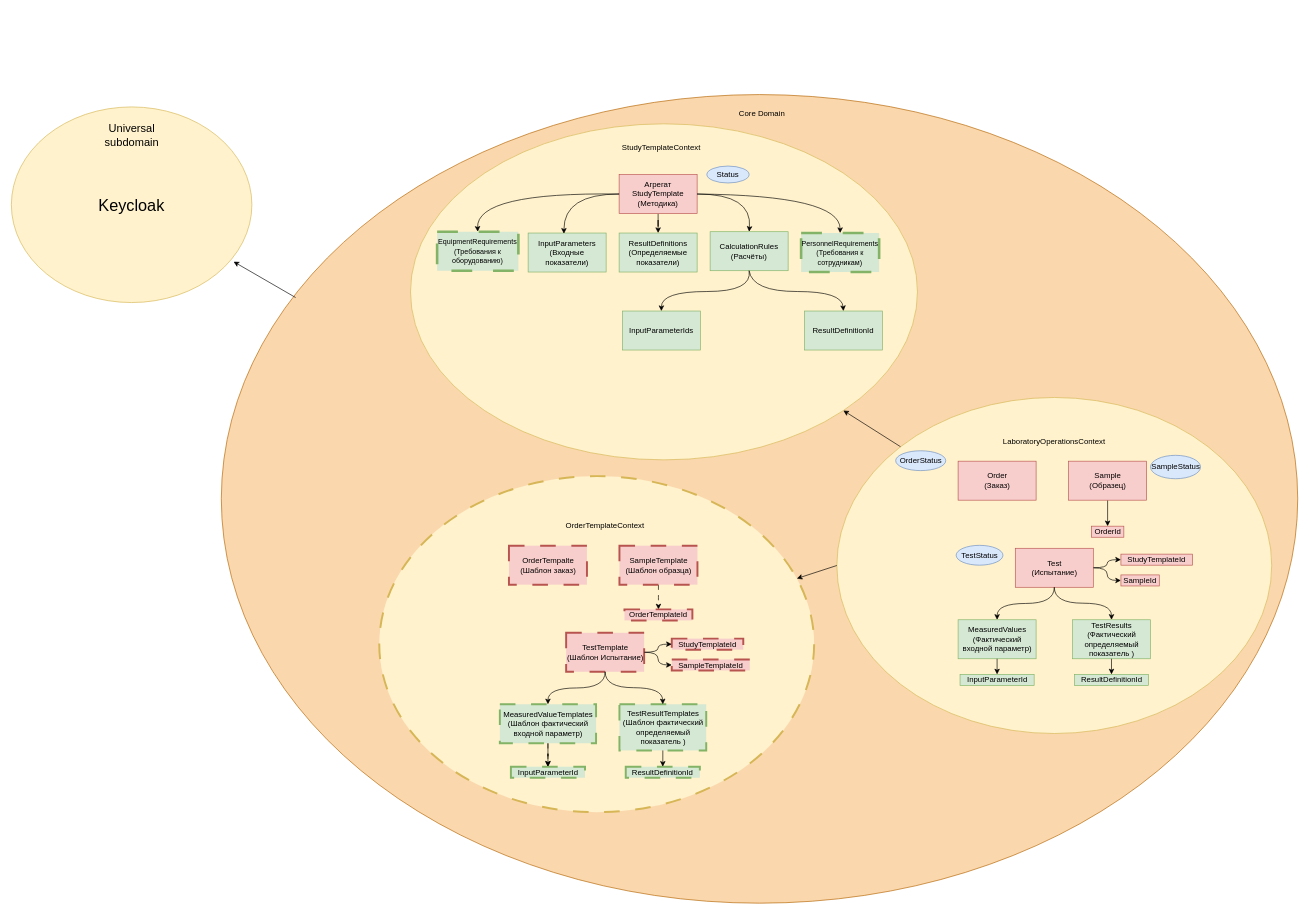
Before: lims.drawio in SaintEfim/LIMS.DDD, a draw.io diagram. Source tidied: cells renumbered, new cells numbered last; positions are measured from the earlier drawing's top-left corner, leaving out a move shared by most shapes. Both pictures are drawn from the tidied source at 65%, with x=0, y=0 at pixel (11, 94).
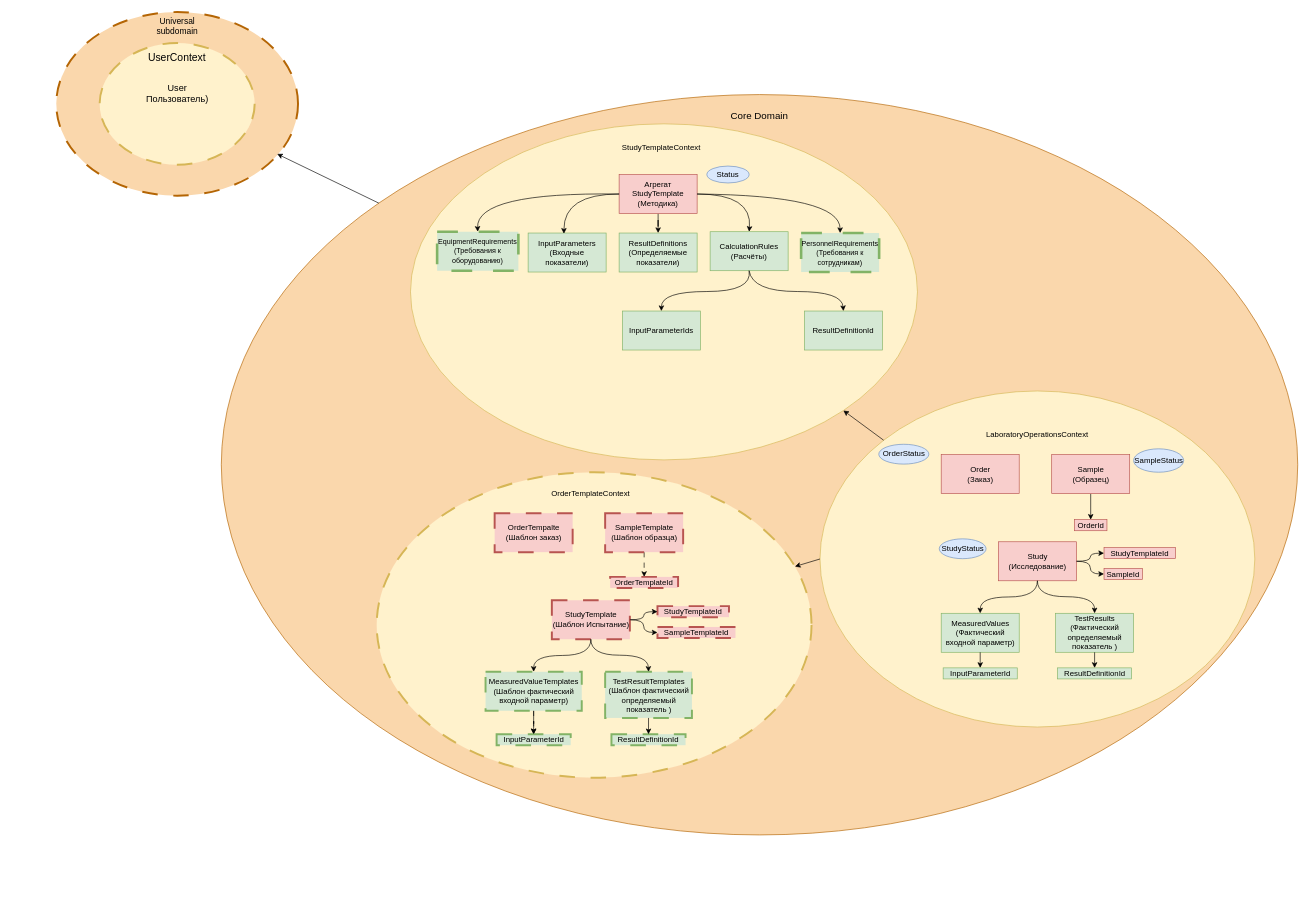
The same diagram, later.

Commit message:
Update print statement from 'Hello' to 'Goodbye'

Unchanged cells that the change refers to:
```xml
<mxCell id="23" style="ellipse;whiteSpace=wrap;html=1;fillColor=#fff2cc;strokeColor=#d6b656;" parent="22" vertex="1">
  <mxGeometry width="669" height="517" as="geometry" />
</mxCell>
```

The edit, as a diff of the source:
```diff
@@
     <mxCell id="2" style="ellipse;whiteSpace=wrap;html=1;shapeInside=1;fillColor=#fad7ac;strokeColor=#b46504;" parent="1" vertex="1">
-      <mxGeometry x="323" width="1656" height="1244" as="geometry" />
+      <mxGeometry x="323" width="1656" height="1139" as="geometry" />
     </mxCell>
@@
     <mxCell id="22" style="group;" parent="1" vertex="1">
-      <mxGeometry x="1270" y="466" width="669" height="517" as="geometry" />
+      <mxGeometry x="1244" y="456" width="669" height="517" as="geometry" />
     </mxCell>
@@
-    <mxCell id="30" value="Test&lt;div&gt;(Испытание)&lt;/div&gt;" style="rounded=0;whiteSpace=wrap;html=1;fillColor=#f8cecc;strokeColor=#b85450;" parent="22" vertex="1">
+    <mxCell id="30" value="Study&lt;br&gt;&lt;div&gt;(Исследование)&lt;/div&gt;" style="rounded=0;whiteSpace=wrap;html=1;fillColor=#f8cecc;strokeColor=#b85450;" parent="22" vertex="1">
       <mxGeometry x="274.5" y="232" width="120" height="60" as="geometry" />
     </mxCell>
@@
-    <mxCell id="40" value="TestStatus" style="ellipse;whiteSpace=wrap;html=1;shapeInside=1;fillColor=#dae8fc;strokeColor=#6c8ebf;" parent="22" vertex="1">
+    <mxCell id="40" value="&lt;span style=&quot;background-color: transparent; color: light-dark(rgb(0, 0, 0), rgb(255, 255, 255));&quot;&gt;StudyStatus&lt;/span&gt;" style="ellipse;whiteSpace=wrap;html=1;shapeInside=1;fillColor=#dae8fc;strokeColor=#6c8ebf;" parent="22" vertex="1">
       <mxGeometry x="183.5" y="227.5" width="72" height="30.5" as="geometry" />
     </mxCell>
@@
+    <mxCell id="72" value="Core Domain" style="text;html=1;whiteSpace=wrap;strokeColor=none;fillColor=none;align=center;verticalAlign=middle;rounded=0;fontSize=15;" parent="1" vertex="1">
+      <mxGeometry x="1086" y="14" width="130" height="36" as="geometry" />
+    </mxCell>
+    <mxCell id="73" style="group;dashed=1;dashPattern=8 8;strokeWidth=3;" parent="1" vertex="1">
+      <mxGeometry x="140" y="-121" width="301" height="276.5" as="geometry" />
+    </mxCell>
+    <mxCell id="68" style="group;dashed=1;dashPattern=8 8;strokeWidth=3;fontSize=7;" parent="73" vertex="1">
+      <mxGeometry y="41.7" width="301" height="234.8" as="geometry" />
+    </mxCell>
+    <mxCell id="74" style="ellipse;whiteSpace=wrap;html=1;shapeInside=1;fillColor=#fad7ac;strokeColor=#b46504;dashed=1;dashPattern=8 8;strokeWidth=3;" parent="68" vertex="1">
+      <mxGeometry x="-70.9" y="-47.6" width="371.9" height="282.4" as="geometry" />
+    </mxCell>
+    <mxCell id="69" style="ellipse;whiteSpace=wrap;html=1;shapeInside=1;fillColor=#fff2cc;strokeColor=#d6b656;dashed=1;dashPattern=8 8;strokeWidth=3;" parent="68" vertex="1">
+      <mxGeometry x="-4.2" width="238.5" height="187.2" as="geometry" />
+    </mxCell>
+    <mxCell id="70" value="&lt;font&gt;User&lt;/font&gt;&lt;div&gt;&lt;font&gt;Пользователь)&lt;/font&gt;&lt;/div&gt;" style="text;html=1;whiteSpace=wrap;strokeColor=none;fillColor=none;align=center;verticalAlign=middle;rounded=0;dashed=1;dashPattern=8 8;strokeWidth=3;fontSize=14;" parent="68" vertex="1">
+      <mxGeometry x="48.7" y="46" width="132.8" height="63.4" as="geometry" />
+    </mxCell>
+    <mxCell id="75" value="UserContext" style="text;html=1;whiteSpace=wrap;strokeColor=none;fillColor=none;align=center;verticalAlign=middle;rounded=0;fontSize=16;dashed=1;dashPattern=8 8;strokeWidth=3;" parent="68" vertex="1">
+      <mxGeometry x="78.3" y="4.4" width="73.5" height="34.8" as="geometry" />
+    </mxCell>
+    <mxCell id="71" value="&lt;font&gt;Universal subdomain&lt;/font&gt;" style="text;html=1;whiteSpace=wrap;strokeColor=none;fillColor=none;align=center;verticalAlign=middle;rounded=0;dashed=1;dashPattern=8 8;strokeWidth=3;fontSize=13;" parent="73" vertex="1">
+      <mxGeometry x="65.7" width="98.6" height="31.7" as="geometry" />
+    </mxCell>
+    <mxCell id="76" style="endArrow=classic;html=1;rounded=0;entryX=0.914;entryY=0.773;entryDx=0;entryDy=0;entryPerimeter=0;exitX=0;exitY=0;exitDx=0;exitDy=0;" parent="1" edge="1" source="2" target="74">
+      <mxGeometry relative="1" as="geometry" />
+    </mxCell>
+    <mxCell id="77" style="group;" parent="1" vertex="1">
+      <mxGeometry x="562" y="581" width="669" height="470" as="geometry" />
+    </mxCell>
-    <mxCell id="46" style="ellipse;whiteSpace=wrap;html=1;fillColor=#fff2cc;strokeColor=#d6b656;dashed=1;dashPattern=8 8;strokeWidth=3;" parent="1" vertex="1">
-      <mxGeometry x="566" y="587" width="669" height="517" as="geometry" />
+    <mxCell id="46" style="ellipse;whiteSpace=wrap;html=1;fillColor=#fff2cc;strokeColor=#d6b656;dashed=1;dashPattern=8 8;strokeWidth=3;" parent="77" vertex="1">
+      <mxGeometry width="669" height="470" as="geometry" />
     </mxCell>
-    <mxCell id="47" value="OrderTemplateContext" style="text;html=1;whiteSpace=wrap;strokeColor=none;fillColor=none;align=center;verticalAlign=middle;rounded=0;dashed=1;dashPattern=8 8;strokeWidth=3;" parent="1" vertex="1">
-      <mxGeometry x="819" y="646" width="189" height="36" as="geometry" />
+    <mxCell id="47" value="OrderTemplateContext" style="text;html=1;whiteSpace=wrap;strokeColor=none;fillColor=none;align=center;verticalAlign=middle;rounded=0;dashed=1;dashPattern=8 8;strokeWidth=3;" parent="77" vertex="1">
+      <mxGeometry x="235" y="15" width="189" height="36" as="geometry" />
     </mxCell>
-    <mxCell id="48" value="OrderTempalte&lt;div&gt;(Шаблон заказ)&lt;/div&gt;" style="rounded=0;whiteSpace=wrap;html=1;fillColor=#f8cecc;strokeColor=#b85450;dashed=1;dashPattern=8 8;strokeWidth=3;" parent="1" vertex="1">
-      <mxGeometry x="765.5" y="694" width="120" height="60" as="geometry" />
+    <mxCell id="48" value="OrderTempalte&lt;div&gt;(Шаблон заказ)&lt;/div&gt;" style="rounded=0;whiteSpace=wrap;html=1;fillColor=#f8cecc;strokeColor=#b85450;dashed=1;dashPattern=8 8;strokeWidth=3;" parent="77" vertex="1">
+      <mxGeometry x="181.5" y="63" width="120" height="60" as="geometry" />
     </mxCell>
-    <mxCell id="49" style="edgeStyle=orthogonalEdgeStyle;rounded=0;jettySize=auto;html=1;dashed=1;dashPattern=8 8;strokeWidth=1;" parent="1" edge="1" source="50" target="51">
+    <mxCell id="49" style="edgeStyle=orthogonalEdgeStyle;rounded=0;jettySize=auto;html=1;dashed=1;dashPattern=8 8;strokeWidth=1;" parent="77" edge="1" source="50" target="51">
       <mxGeometry relative="1" as="geometry" />
     </mxCell>
-    <mxCell id="50" value="&lt;div&gt;SampleTemplate&lt;/div&gt;(Шаблон образца)" style="rounded=0;whiteSpace=wrap;html=1;fillColor=#f8cecc;strokeColor=#b85450;dashed=1;dashPattern=8 8;strokeWidth=3;" parent="1" vertex="1">
-      <mxGeometry x="935.5" y="694" width="120" height="60" as="geometry" />
+    <mxCell id="50" value="&lt;div&gt;SampleTemplate&lt;/div&gt;(Шаблон образца)" style="rounded=0;whiteSpace=wrap;html=1;fillColor=#f8cecc;strokeColor=#b85450;dashed=1;dashPattern=8 8;strokeWidth=3;" parent="77" vertex="1">
+      <mxGeometry x="351.5" y="63" width="120" height="60" as="geometry" />
     </mxCell>
-    <mxCell id="51" value="OrderTemplateId" style="rounded=0;whiteSpace=wrap;html=1;fillColor=#f8cecc;strokeColor=#b85450;dashed=1;dashPattern=8 8;strokeWidth=3;" parent="1" vertex="1">
-      <mxGeometry x="943.2" y="792" width="104.5" height="17" as="geometry" />
+    <mxCell id="51" value="OrderTemplateId" style="rounded=0;whiteSpace=wrap;html=1;fillColor=#f8cecc;strokeColor=#b85450;dashed=1;dashPattern=8 8;strokeWidth=3;" parent="77" vertex="1">
+      <mxGeometry x="359.2" y="161" width="104.5" height="17" as="geometry" />
     </mxCell>
-    <mxCell id="52" style="edgeStyle=orthogonalEdgeStyle;rounded=0;jettySize=auto;html=1;curved=1;strokeWidth=1;" parent="1" edge="1" source="53" target="54">
+    <mxCell id="52" style="edgeStyle=orthogonalEdgeStyle;rounded=0;jettySize=auto;html=1;curved=1;strokeWidth=1;" parent="77" edge="1" source="53" target="54">
       <mxGeometry relative="1" as="geometry" />
     </mxCell>
-    <mxCell id="53" value="TestTemplate&lt;div&gt;(Шаблон Испытание)&lt;/div&gt;" style="rounded=0;whiteSpace=wrap;html=1;fillColor=#f8cecc;strokeColor=#b85450;dashed=1;dashPattern=8 8;strokeWidth=3;" parent="1" vertex="1">
-      <mxGeometry x="853.5" y="828" width="120" height="60" as="geometry" />
+    <mxCell id="53" value="StudyTemplate&lt;div&gt;(Шаблон Испытание)&lt;/div&gt;" style="rounded=0;whiteSpace=wrap;html=1;fillColor=#f8cecc;strokeColor=#b85450;dashed=1;dashPattern=8 8;strokeWidth=3;" parent="77" vertex="1">
+      <mxGeometry x="269.5" y="197" width="120" height="60" as="geometry" />
     </mxCell>
-    <mxCell id="54" value="SampleTemplateId" style="rounded=0;whiteSpace=wrap;html=1;fillColor=#f8cecc;strokeColor=#b85450;dashed=1;dashPattern=8 8;strokeWidth=3;" parent="1" vertex="1">
-      <mxGeometry x="1016" y="869" width="120" height="17" as="geometry" />
+    <mxCell id="54" value="SampleTemplateId" style="rounded=0;whiteSpace=wrap;html=1;fillColor=#f8cecc;strokeColor=#b85450;dashed=1;dashPattern=8 8;strokeWidth=3;" parent="77" vertex="1">
+      <mxGeometry x="432" y="238" width="120" height="17" as="geometry" />
     </mxCell>
-    <mxCell id="55" style="edgeStyle=orthogonalEdgeStyle;rounded=0;jettySize=auto;html=1;" parent="1" edge="1" source="56" target="60">
+    <mxCell id="55" style="edgeStyle=orthogonalEdgeStyle;rounded=0;jettySize=auto;html=1;" parent="77" edge="1" source="56" target="60">
       <mxGeometry relative="1" as="geometry" />
     </mxCell>
-    <mxCell id="56" value="MeasuredValueTemplates&lt;div&gt;(&lt;span style=&quot;background-color: transparent; color: light-dark(rgb(0, 0, 0), rgb(255, 255, 255));&quot;&gt;Шаблон ф&lt;/span&gt;&lt;span style=&quot;background-color: transparent; color: light-dark(rgb(0, 0, 0), rgb(255, 255, 255));&quot;&gt;актический входной параметр)&lt;/span&gt;&lt;/div&gt;" style="rounded=0;whiteSpace=wrap;html=1;fillColor=#d5e8d4;strokeColor=#82b366;dashed=1;dashPattern=8 8;strokeWidth=3;" parent="1" vertex="1">
-      <mxGeometry x="751.5" y="938" width="148" height="60" as="geometry" />
+    <mxCell id="56" value="MeasuredValueTemplates&lt;div&gt;(&lt;span style=&quot;background-color: transparent; color: light-dark(rgb(0, 0, 0), rgb(255, 255, 255));&quot;&gt;Шаблон ф&lt;/span&gt;&lt;span style=&quot;background-color: transparent; color: light-dark(rgb(0, 0, 0), rgb(255, 255, 255));&quot;&gt;актический входной параметр)&lt;/span&gt;&lt;/div&gt;" style="rounded=0;whiteSpace=wrap;html=1;fillColor=#d5e8d4;strokeColor=#82b366;dashed=1;dashPattern=8 8;strokeWidth=3;" parent="77" vertex="1">
+      <mxGeometry x="167.5" y="307" width="148" height="60" as="geometry" />
     </mxCell>
-    <mxCell id="57" value="TestResultTemplates&lt;div&gt;(&lt;span style=&quot;background-color: transparent; color: light-dark(rgb(0, 0, 0), rgb(255, 255, 255));&quot;&gt;Шаблон ф&lt;/span&gt;&lt;span style=&quot;background-color: transparent; color: light-dark(rgb(0, 0, 0), rgb(255, 255, 255));&quot;&gt;актический определяемый показатель )&lt;/span&gt;&lt;/div&gt;" style="rounded=0;whiteSpace=wrap;html=1;fillColor=#d5e8d4;strokeColor=#82b366;dashed=1;dashPattern=8 8;strokeWidth=3;" parent="1" vertex="1">
-      <mxGeometry x="935.5" y="938" width="133.5" height="71" as="geometry" />
+    <mxCell id="57" value="TestResultTemplates&lt;div&gt;(&lt;span style=&quot;background-color: transparent; color: light-dark(rgb(0, 0, 0), rgb(255, 255, 255));&quot;&gt;Шаблон ф&lt;/span&gt;&lt;span style=&quot;background-color: transparent; color: light-dark(rgb(0, 0, 0), rgb(255, 255, 255));&quot;&gt;актический определяемый показатель )&lt;/span&gt;&lt;/div&gt;" style="rounded=0;whiteSpace=wrap;html=1;fillColor=#d5e8d4;strokeColor=#82b366;dashed=1;dashPattern=8 8;strokeWidth=3;" parent="77" vertex="1">
+      <mxGeometry x="351.5" y="307" width="133.5" height="71" as="geometry" />
     </mxCell>
-    <mxCell id="58" style="endArrow=classic;html=1;rounded=0;exitX=0.5;exitY=1;exitDx=0;exitDy=0;entryX=0.5;entryY=0;entryDx=0;entryDy=0;curved=1;strokeWidth=1;" parent="1" edge="1" source="53" target="57">
+    <mxCell id="58" style="endArrow=classic;html=1;rounded=0;exitX=0.5;exitY=1;exitDx=0;exitDy=0;entryX=0.5;entryY=0;entryDx=0;entryDy=0;curved=1;strokeWidth=1;" parent="77" edge="1" source="53" target="57">
       <mxGeometry relative="1" as="geometry">
         <Array as="points">
-          <mxPoint x="913.5" y="912.5" />
-          <mxPoint x="1001.5" y="912.5" />
+          <mxPoint x="329.5" y="281.5" />
+          <mxPoint x="417.5" y="281.5" />
         </Array>
       </mxGeometry>
     </mxCell>
-    <mxCell id="59" style="endArrow=classic;html=1;rounded=0;entryX=0.5;entryY=0;entryDx=0;entryDy=0;exitX=0.5;exitY=1;exitDx=0;exitDy=0;curved=1;strokeWidth=1;" parent="1" edge="1" source="53" target="56">
+    <mxCell id="59" style="endArrow=classic;html=1;rounded=0;entryX=0.5;entryY=0;entryDx=0;entryDy=0;exitX=0.5;exitY=1;exitDx=0;exitDy=0;curved=1;strokeWidth=1;" parent="77" edge="1" source="53" target="56">
       <mxGeometry relative="1" as="geometry">
         <Array as="points">
-          <mxPoint x="913.5" y="912.9" />
-          <mxPoint x="825.5" y="912.9" />
+          <mxPoint x="329.5" y="281.9" />
+          <mxPoint x="241.5" y="281.9" />
         </Array>
       </mxGeometry>
     </mxCell>
-    <mxCell id="60" value="InputParameterId" style="rounded=0;whiteSpace=wrap;html=1;fillColor=#d5e8d4;strokeColor=#82b366;dashed=1;dashPattern=8 8;strokeWidth=3;" parent="1" vertex="1">
-      <mxGeometry x="768.5" y="1034" width="114" height="17" as="geometry" />
+    <mxCell id="60" value="InputParameterId" style="rounded=0;whiteSpace=wrap;html=1;fillColor=#d5e8d4;strokeColor=#82b366;dashed=1;dashPattern=8 8;strokeWidth=3;" parent="77" vertex="1">
+      <mxGeometry x="184.5" y="403" width="114" height="17" as="geometry" />
     </mxCell>
-    <mxCell id="61" style="endArrow=classic;html=1;rounded=0;exitX=0.5;exitY=1;exitDx=0;exitDy=0;entryX=0.5;entryY=0;entryDx=0;entryDy=0;dashed=1;dashPattern=8 8;strokeWidth=1;" parent="1" edge="1" source="56" target="60">
+    <mxCell id="61" style="endArrow=classic;html=1;rounded=0;exitX=0.5;exitY=1;exitDx=0;exitDy=0;entryX=0.5;entryY=0;entryDx=0;entryDy=0;dashed=1;dashPattern=8 8;strokeWidth=1;" parent="77" edge="1" source="56" target="60">
       <mxGeometry relative="1" as="geometry" />
     </mxCell>
-    <mxCell id="62" value="ResultDefinitionId" style="rounded=0;whiteSpace=wrap;html=1;fillColor=#d5e8d4;strokeColor=#82b366;dashed=1;dashPattern=8 8;strokeWidth=3;" parent="1" vertex="1">
-      <mxGeometry x="945.2" y="1034" width="114" height="17" as="geometry" />
+    <mxCell id="62" value="ResultDefinitionId" style="rounded=0;whiteSpace=wrap;html=1;fillColor=#d5e8d4;strokeColor=#82b366;dashed=1;dashPattern=8 8;strokeWidth=3;" parent="77" vertex="1">
+      <mxGeometry x="361.2" y="403" width="114" height="17" as="geometry" />
     </mxCell>
-    <mxCell id="63" style="endArrow=classic;html=1;rounded=0;exitX=0.5;exitY=1;exitDx=0;exitDy=0;entryX=0.5;entryY=0;entryDx=0;entryDy=0;strokeWidth=1;" parent="1" edge="1" source="57" target="62">
+    <mxCell id="63" style="endArrow=classic;html=1;rounded=0;exitX=0.5;exitY=1;exitDx=0;exitDy=0;entryX=0.5;entryY=0;entryDx=0;entryDy=0;strokeWidth=1;" parent="77" edge="1" source="57" target="62">
       <mxGeometry relative="1" as="geometry" />
     </mxCell>
-    <mxCell id="64" value="StudyTemplateId" style="rounded=0;whiteSpace=wrap;html=1;fillColor=#f8cecc;strokeColor=#b85450;dashed=1;dashPattern=8 8;strokeWidth=3;" parent="1" vertex="1">
-      <mxGeometry x="1016" y="837" width="110" height="17" as="geometry" />
+    <mxCell id="64" value="StudyTemplateId" style="rounded=0;whiteSpace=wrap;html=1;fillColor=#f8cecc;strokeColor=#b85450;dashed=1;dashPattern=8 8;strokeWidth=3;" parent="77" vertex="1">
+      <mxGeometry x="432" y="206" width="110" height="17" as="geometry" />
     </mxCell>
-    <mxCell id="65" style="endArrow=classic;html=1;rounded=0;exitX=1;exitY=0.5;exitDx=0;exitDy=0;entryX=0;entryY=0.5;entryDx=0;entryDy=0;curved=1;strokeWidth=1;" parent="1" edge="1" source="53" target="64">
+    <mxCell id="65" style="endArrow=classic;html=1;rounded=0;exitX=1;exitY=0.5;exitDx=0;exitDy=0;entryX=0;entryY=0.5;entryDx=0;entryDy=0;curved=1;strokeWidth=1;" parent="77" edge="1" source="53" target="64">
       <mxGeometry relative="1" as="geometry">
         <Array as="points">
-          <mxPoint x="994.8" y="858" />
-          <mxPoint x="994.8" y="845.5" />
+          <mxPoint x="410.8" y="227" />
+          <mxPoint x="410.8" y="214.5" />
         </Array>
       </mxGeometry>
     </mxCell>
-    <mxCell id="66" style="endArrow=classic;html=1;rounded=0;exitX=0;exitY=0.5;exitDx=0;exitDy=0;" parent="1" edge="1" source="23" target="46">
+    <mxCell id="66" style="endArrow=classic;html=1;rounded=0;exitX=0;exitY=0.5;exitDx=0;exitDy=0;" parent="77" edge="1" source="23" target="46">
       <mxGeometry relative="1" as="geometry" />
     </mxCell>
-    <mxCell id="67" style="endArrow=classic;html=1;rounded=0;entryX=0.924;entryY=0.791;entryDx=0;entryDy=0;entryPerimeter=0;exitX=0.069;exitY=0.251;exitDx=0;exitDy=0;exitPerimeter=0;" parent="1" edge="1" source="2" target="69">
-      <mxGeometry relative="1" as="geometry" />
-    </mxCell>
-    <mxCell id="68" style="group;" parent="1" vertex="1">
-      <mxGeometry y="19" width="370" height="301" as="geometry" />
-    </mxCell>
-    <mxCell id="69" style="ellipse;whiteSpace=wrap;html=1;shapeInside=1;fillColor=#fff2cc;strokeColor=#d6b656;" parent="68" vertex="1">
-      <mxGeometry width="370" height="301" as="geometry" />
-    </mxCell>
-    <mxCell id="70" value="&lt;font style=&quot;font-size: 25px;&quot;&gt;Keycloak&lt;/font&gt;" style="text;html=1;whiteSpace=wrap;strokeColor=none;fillColor=none;align=center;verticalAlign=middle;rounded=0;" parent="68" vertex="1">
-      <mxGeometry x="82" y="99.5" width="206" height="102" as="geometry" />
-    </mxCell>
-    <mxCell id="71" value="&lt;font style=&quot;font-size: 17px;&quot;&gt;Universal subdomain&lt;/font&gt;" style="text;html=1;whiteSpace=wrap;strokeColor=none;fillColor=none;align=center;verticalAlign=middle;rounded=0;" parent="68" vertex="1">
-      <mxGeometry x="108.5" y="18" width="153" height="51" as="geometry" />
-    </mxCell>
-    <mxCell id="72" value="Core Domain" style="text;html=1;whiteSpace=wrap;strokeColor=none;fillColor=none;align=center;verticalAlign=middle;rounded=0;" parent="1" vertex="1">
-      <mxGeometry x="1114" y="15" width="82" height="30" as="geometry" />
-    </mxCell>
```
